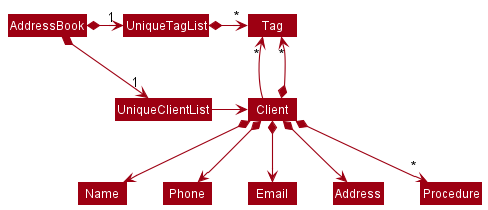
Before: docs/images/BetterModelClassDiagram.png, a diagram exported from PlantUML (robinrojh/tp). The source it was exported from:
```plantuml
@startuml
!include style.puml
skinparam arrowThickness 1.1
skinparam arrowColor MODEL_COLOR
skinparam classBackgroundColor MODEL_COLOR

AddressBook *-right-> "1" UniqueClientList
AddressBook *-right-> "1" UniqueTagList
UniqueTagList -[hidden]down- UniqueClientList
UniqueTagList -[hidden]down- UniqueClientList

UniqueTagList *-right-> "*" Tag
UniqueClientList -right-> Client

Client -up-> "*" Tag

Client *--> Name
Client *--> Phone
Client *--> Email
Client *--> Address
Client *--> "*" Tag
Client *--> "*" Procedure
@enduml
```
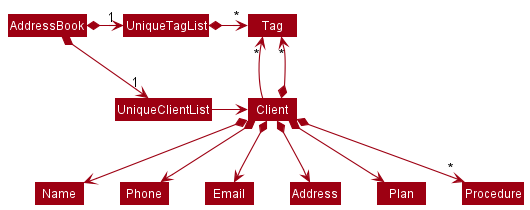
The same file after the commit.

Diff of the diagram source:
```diff
@@ -18,6 +18,7 @@
 Client *--> Phone
 Client *--> Email
 Client *--> Address
+Client *--> Plan
 Client *--> "*" Tag
 Client *--> "*" Procedure
 @enduml
```
